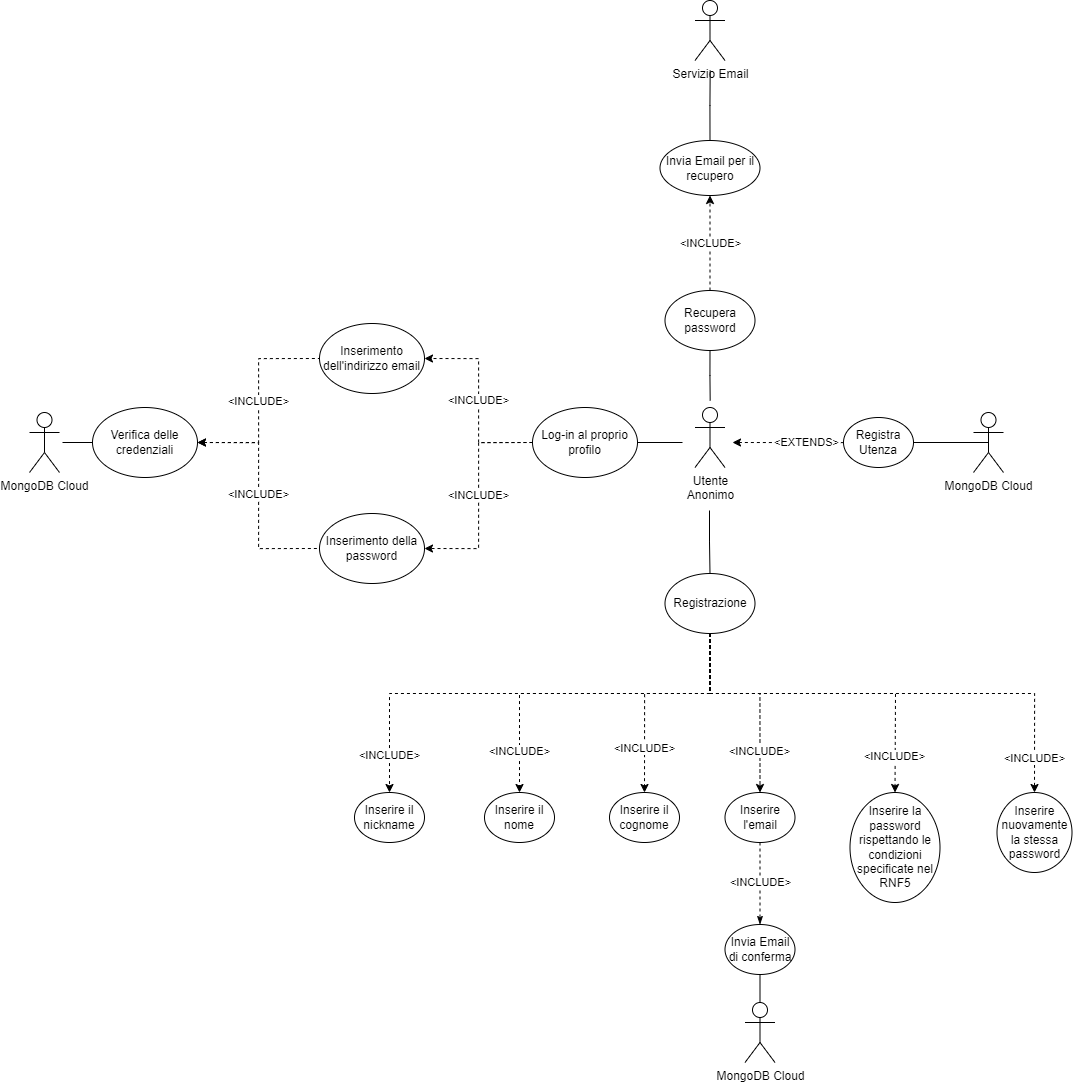
Before: Png Diagrammi RF/Requisiti-Utente anonimo (5,6,9,10).png, a diagram exported from draw.io (ski-online/Documents). Source tidied: cells renumbered, new cells last; positions are measured from the earlier drawing's top-left corner, leaving out a move shared by most shapes. Source of this version:
```xml
<mxGraphModel>
  <root>
    <mxCell id="0" />
    <mxCell id="1" parent="0" />
    <mxCell id="2" style="edgeStyle=orthogonalEdgeStyle;rounded=0;jettySize=auto;html=1;endArrow=none;endFill=0;entryX=0.5;entryY=0;entryDx=0;entryDy=0;" parent="1" edge="1" target="12">
      <mxGeometry relative="1" as="geometry">
        <mxPoint x="680" y="510" as="sourcePoint" />
      </mxGeometry>
    </mxCell>
    <mxCell id="3" value="Utente&lt;br&gt;Anonimo" style="shape=umlActor;verticalLabelPosition=bottom;verticalAlign=top;html=1;" parent="1" vertex="1">
      <mxGeometry x="665.5" y="407" width="30" height="60" as="geometry" />
    </mxCell>
    <mxCell id="4" style="edgeStyle=orthogonalEdgeStyle;rounded=0;jettySize=auto;html=1;entryX=0;entryY=0.5;entryDx=0;entryDy=0;dashed=1;endArrow=none;endFill=0;startArrow=classic;startFill=1;" parent="1" edge="1" target="20">
      <mxGeometry relative="1" as="geometry">
        <mxPoint x="703" y="442" as="sourcePoint" />
        <Array as="points">
          <mxPoint x="814" y="442" />
        </Array>
      </mxGeometry>
    </mxCell>
    <mxCell id="5" value="&amp;lt;EXTENDS&amp;gt;" style="edgeLabel;html=1;align=center;verticalAlign=middle;" parent="4" vertex="1">
      <mxGeometry x="0.33" y="1" relative="1" as="geometry" />
    </mxCell>
    <mxCell id="6" value="&amp;lt;INCLUDE&amp;gt;" style="edgeStyle=orthogonalEdgeStyle;rounded=0;jettySize=auto;html=1;exitX=0.5;exitY=1;exitDx=0;exitDy=0;entryX=0.5;entryY=0;entryDx=0;entryDy=0;dashed=1;" parent="1" edge="1" source="12" target="13">
      <mxGeometry x="0.85" relative="1" as="geometry">
        <Array as="points">
          <mxPoint x="681" y="693" />
          <mxPoint x="360" y="693" />
        </Array>
      </mxGeometry>
    </mxCell>
    <mxCell id="7" value="&amp;lt;INCLUDE&amp;gt;" style="edgeStyle=orthogonalEdgeStyle;rounded=0;jettySize=auto;html=1;exitX=0.5;exitY=1;exitDx=0;exitDy=0;dashed=1;" parent="1" edge="1" source="12" target="14">
      <mxGeometry x="0.77" relative="1" as="geometry">
        <Array as="points">
          <mxPoint x="681" y="693" />
          <mxPoint x="490" y="693" />
        </Array>
      </mxGeometry>
    </mxCell>
    <mxCell id="8" value="&amp;lt;INCLUDE&amp;gt;" style="edgeStyle=orthogonalEdgeStyle;rounded=0;jettySize=auto;html=1;exitX=0.5;exitY=1;exitDx=0;exitDy=0;dashed=1;" parent="1" edge="1" source="12" target="25">
      <mxGeometry x="0.61" relative="1" as="geometry">
        <Array as="points">
          <mxPoint x="681" y="693" />
          <mxPoint x="615" y="693" />
        </Array>
      </mxGeometry>
    </mxCell>
    <mxCell id="9" value="&amp;lt;INCLUDE&amp;gt;" style="edgeStyle=orthogonalEdgeStyle;rounded=0;jettySize=auto;html=1;exitX=0.5;exitY=1;exitDx=0;exitDy=0;entryX=0.5;entryY=0;entryDx=0;entryDy=0;dashed=1;" parent="1" edge="1" source="12" target="16">
      <mxGeometry x="0.63" relative="1" as="geometry">
        <Array as="points">
          <mxPoint x="681" y="693" />
          <mxPoint x="731" y="693" />
        </Array>
        <mxPoint y="-1" as="offset" />
      </mxGeometry>
    </mxCell>
    <mxCell id="10" value="&amp;lt;INCLUDE&amp;gt;" style="edgeStyle=orthogonalEdgeStyle;rounded=0;jettySize=auto;html=1;exitX=0.5;exitY=1;exitDx=0;exitDy=0;dashed=1;" parent="1" edge="1" source="12" target="17">
      <mxGeometry x="0.8" y="-1" relative="1" as="geometry">
        <Array as="points">
          <mxPoint x="681" y="693" />
          <mxPoint x="866" y="693" />
        </Array>
      </mxGeometry>
    </mxCell>
    <mxCell id="11" value="&amp;lt;INCLUDE&amp;gt;" style="edgeStyle=orthogonalEdgeStyle;rounded=0;jettySize=auto;html=1;exitX=0.5;exitY=1;exitDx=0;exitDy=0;entryX=0.5;entryY=0;entryDx=0;entryDy=0;dashed=1;" parent="1" edge="1" source="12" target="22">
      <mxGeometry x="0.86" relative="1" as="geometry">
        <Array as="points">
          <mxPoint x="681" y="693" />
          <mxPoint x="1005" y="693" />
        </Array>
        <mxPoint y="-1" as="offset" />
      </mxGeometry>
    </mxCell>
    <mxCell id="12" value="Registrazione" style="ellipse;whiteSpace=wrap;html=1;" parent="1" vertex="1">
      <mxGeometry x="635.5" y="573" width="90" height="60" as="geometry" />
    </mxCell>
    <mxCell id="13" value="Inserire il nickname" style="ellipse;whiteSpace=wrap;html=1;" parent="1" vertex="1">
      <mxGeometry x="325" y="792" width="70" height="50" as="geometry" />
    </mxCell>
    <mxCell id="14" value="Inserire il nome" style="ellipse;whiteSpace=wrap;html=1;" parent="1" vertex="1">
      <mxGeometry x="455" y="792" width="70" height="50" as="geometry" />
    </mxCell>
    <mxCell id="15" value="&amp;lt;INCLUDE&amp;gt;" style="edgeStyle=orthogonalEdgeStyle;rounded=0;jettySize=auto;html=1;exitX=0.5;exitY=1;exitDx=0;exitDy=0;dashed=1;startArrow=none;startFill=0;endArrow=classicThin;endFill=1;" parent="1" edge="1" source="16" target="21">
      <mxGeometry relative="1" as="geometry" />
    </mxCell>
    <mxCell id="16" value="Inserire l'email" style="ellipse;whiteSpace=wrap;html=1;" parent="1" vertex="1">
      <mxGeometry x="695.5" y="792" width="70" height="50" as="geometry" />
    </mxCell>
    <mxCell id="17" value="Inserire la password rispettando le condizioni specificate nel RNF5" style="ellipse;whiteSpace=wrap;html=1;" parent="1" vertex="1">
      <mxGeometry x="820.5" y="792" width="90" height="110" as="geometry" />
    </mxCell>
    <mxCell id="18" style="edgeStyle=orthogonalEdgeStyle;rounded=0;jettySize=auto;html=1;exitX=0.5;exitY=0.5;exitDx=0;exitDy=0;exitPerimeter=0;startArrow=none;startFill=0;endArrow=none;endFill=0;" parent="1" edge="1" source="19" target="20">
      <mxGeometry relative="1" as="geometry" />
    </mxCell>
    <mxCell id="19" value="MongoDB Cloud" style="shape=umlActor;verticalLabelPosition=bottom;verticalAlign=top;html=1;outlineConnect=0;" parent="1" vertex="1">
      <mxGeometry x="944" y="412" width="30" height="60" as="geometry" />
    </mxCell>
    <mxCell id="20" value="Registra Utenza" style="ellipse;whiteSpace=wrap;html=1;" parent="1" vertex="1">
      <mxGeometry x="814" y="417" width="70" height="50" as="geometry" />
    </mxCell>
    <mxCell id="21" value="Invia Email di conferma" style="ellipse;whiteSpace=wrap;html=1;" parent="1" vertex="1">
      <mxGeometry x="695.5" y="924" width="70" height="50" as="geometry" />
    </mxCell>
    <mxCell id="22" value="Inserire nuovamente la stessa password" style="ellipse;whiteSpace=wrap;html=1;" parent="1" vertex="1">
      <mxGeometry x="967.5" y="792" width="75" height="80" as="geometry" />
    </mxCell>
    <mxCell id="23" style="edgeStyle=orthogonalEdgeStyle;rounded=0;jettySize=auto;html=1;exitX=0.5;exitY=0;exitDx=0;exitDy=0;exitPerimeter=0;startArrow=none;startFill=0;endArrow=none;endFill=0;entryX=0.5;entryY=1;entryDx=0;entryDy=0;" parent="1" edge="1" source="24" target="21">
      <mxGeometry relative="1" as="geometry" />
    </mxCell>
    <mxCell id="24" value="MongoDB Cloud" style="shape=umlActor;verticalLabelPosition=bottom;verticalAlign=top;html=1;outlineConnect=0;" parent="1" vertex="1">
      <mxGeometry x="715.5" y="1002" width="30" height="60" as="geometry" />
    </mxCell>
    <mxCell id="25" value="Inserire il cognome" style="ellipse;whiteSpace=wrap;html=1;" parent="1" vertex="1">
      <mxGeometry x="580" y="792" width="70" height="50" as="geometry" />
    </mxCell>
    <mxCell id="26" style="edgeStyle=orthogonalEdgeStyle;rounded=0;jettySize=auto;html=1;entryX=0;entryY=0.5;entryDx=0;entryDy=0;endArrow=none;endFill=0;" parent="1" edge="1" target="30">
      <mxGeometry relative="1" as="geometry">
        <mxPoint x="33" y="442" as="sourcePoint" />
      </mxGeometry>
    </mxCell>
    <mxCell id="27" value="MongoDB Cloud" style="shape=umlActor;verticalLabelPosition=bottom;verticalAlign=top;html=1;" parent="1" vertex="1">
      <mxGeometry y="412" width="30" height="60" as="geometry" />
    </mxCell>
    <mxCell id="28" value="&amp;lt;INCLUDE&amp;gt;" style="edgeStyle=orthogonalEdgeStyle;rounded=0;jettySize=auto;html=1;exitX=1;exitY=0.5;exitDx=0;exitDy=0;entryX=0;entryY=0.5;entryDx=0;entryDy=0;dashed=1;startArrow=classic;startFill=1;endArrow=none;endFill=0;" parent="1" edge="1" source="30" target="31">
      <mxGeometry relative="1" as="geometry" />
    </mxCell>
    <mxCell id="29" value="&amp;lt;INCLUDE&amp;gt;" style="edgeStyle=orthogonalEdgeStyle;rounded=0;jettySize=auto;html=1;exitX=1;exitY=0.5;exitDx=0;exitDy=0;entryX=0;entryY=0.5;entryDx=0;entryDy=0;dashed=1;startArrow=classic;startFill=1;endArrow=none;endFill=0;" parent="1" edge="1" source="30" target="32">
      <mxGeometry relative="1" as="geometry" />
    </mxCell>
    <mxCell id="30" value="Verifica delle credenziali" style="ellipse;whiteSpace=wrap;html=1;" parent="1" vertex="1">
      <mxGeometry x="63" y="407" width="105" height="70" as="geometry" />
    </mxCell>
    <mxCell id="31" value="Inserimento dell'indirizzo email" style="ellipse;whiteSpace=wrap;html=1;" parent="1" vertex="1">
      <mxGeometry x="290" y="323" width="105" height="70" as="geometry" />
    </mxCell>
    <mxCell id="32" value="Inserimento della password" style="ellipse;whiteSpace=wrap;html=1;" parent="1" vertex="1">
      <mxGeometry x="290" y="513" width="105" height="70" as="geometry" />
    </mxCell>
    <mxCell id="33" style="edgeStyle=orthogonalEdgeStyle;rounded=0;jettySize=auto;html=1;exitX=1;exitY=0.5;exitDx=0;exitDy=0;endArrow=none;endFill=0;" parent="1" edge="1" source="36">
      <mxGeometry relative="1" as="geometry">
        <mxPoint x="653" y="442" as="targetPoint" />
      </mxGeometry>
    </mxCell>
    <mxCell id="34" value="&amp;lt;INCLUDE&amp;gt;" style="edgeStyle=orthogonalEdgeStyle;rounded=0;jettySize=auto;html=1;exitX=0;exitY=0.5;exitDx=0;exitDy=0;entryX=1;entryY=0.5;entryDx=0;entryDy=0;dashed=1;startArrow=none;startFill=0;endArrow=classic;endFill=1;" parent="1" edge="1" source="36" target="31">
      <mxGeometry relative="1" as="geometry" />
    </mxCell>
    <mxCell id="35" value="&amp;lt;INCLUDE&amp;gt;" style="edgeStyle=orthogonalEdgeStyle;rounded=0;jettySize=auto;html=1;exitX=0;exitY=0.5;exitDx=0;exitDy=0;entryX=1;entryY=0.5;entryDx=0;entryDy=0;dashed=1;startArrow=none;startFill=0;endArrow=classic;endFill=1;" parent="1" edge="1" source="36" target="32">
      <mxGeometry relative="1" as="geometry" />
    </mxCell>
    <mxCell id="36" value="Log-in al proprio profilo" style="ellipse;whiteSpace=wrap;html=1;" parent="1" vertex="1">
      <mxGeometry x="503" y="407" width="105" height="70" as="geometry" />
    </mxCell>
    <mxCell id="37" value="Servizio Email" style="shape=umlActor;verticalLabelPosition=bottom;verticalAlign=top;html=1;" parent="1" vertex="1">
      <mxGeometry x="665.5" width="30" height="60" as="geometry" />
    </mxCell>
    <mxCell id="38" style="edgeStyle=orthogonalEdgeStyle;rounded=0;jettySize=auto;html=1;exitX=0.5;exitY=1;exitDx=0;exitDy=0;startArrow=none;startFill=0;endArrow=none;endFill=0;" parent="1" edge="1" source="40">
      <mxGeometry relative="1" as="geometry">
        <mxPoint x="680.7" y="400" as="targetPoint" />
      </mxGeometry>
    </mxCell>
    <mxCell id="39" value="&amp;lt;INCLUDE&amp;gt;" style="edgeStyle=orthogonalEdgeStyle;rounded=0;jettySize=auto;html=1;exitX=0.5;exitY=0;exitDx=0;exitDy=0;entryX=0.5;entryY=1;entryDx=0;entryDy=0;startArrow=none;startFill=0;endArrow=classic;endFill=1;dashed=1;" parent="1" edge="1" source="40" target="42">
      <mxGeometry relative="1" as="geometry" />
    </mxCell>
    <mxCell id="40" value="Recupera password" style="ellipse;whiteSpace=wrap;html=1;" parent="1" vertex="1">
      <mxGeometry x="635.5" y="290" width="90" height="60" as="geometry" />
    </mxCell>
    <mxCell id="41" style="edgeStyle=orthogonalEdgeStyle;rounded=0;jettySize=auto;html=1;exitX=0.5;exitY=0;exitDx=0;exitDy=0;startArrow=none;startFill=0;endArrow=none;endFill=0;" parent="1" edge="1" source="42">
      <mxGeometry relative="1" as="geometry">
        <mxPoint x="680.7" y="70" as="targetPoint" />
      </mxGeometry>
    </mxCell>
    <mxCell id="42" value="Invia Email per il recupero" style="ellipse;whiteSpace=wrap;html=1;" parent="1" vertex="1">
      <mxGeometry x="630.5" y="140" width="100" height="55" as="geometry" />
    </mxCell>
  </root>
</mxGraphModel>
```
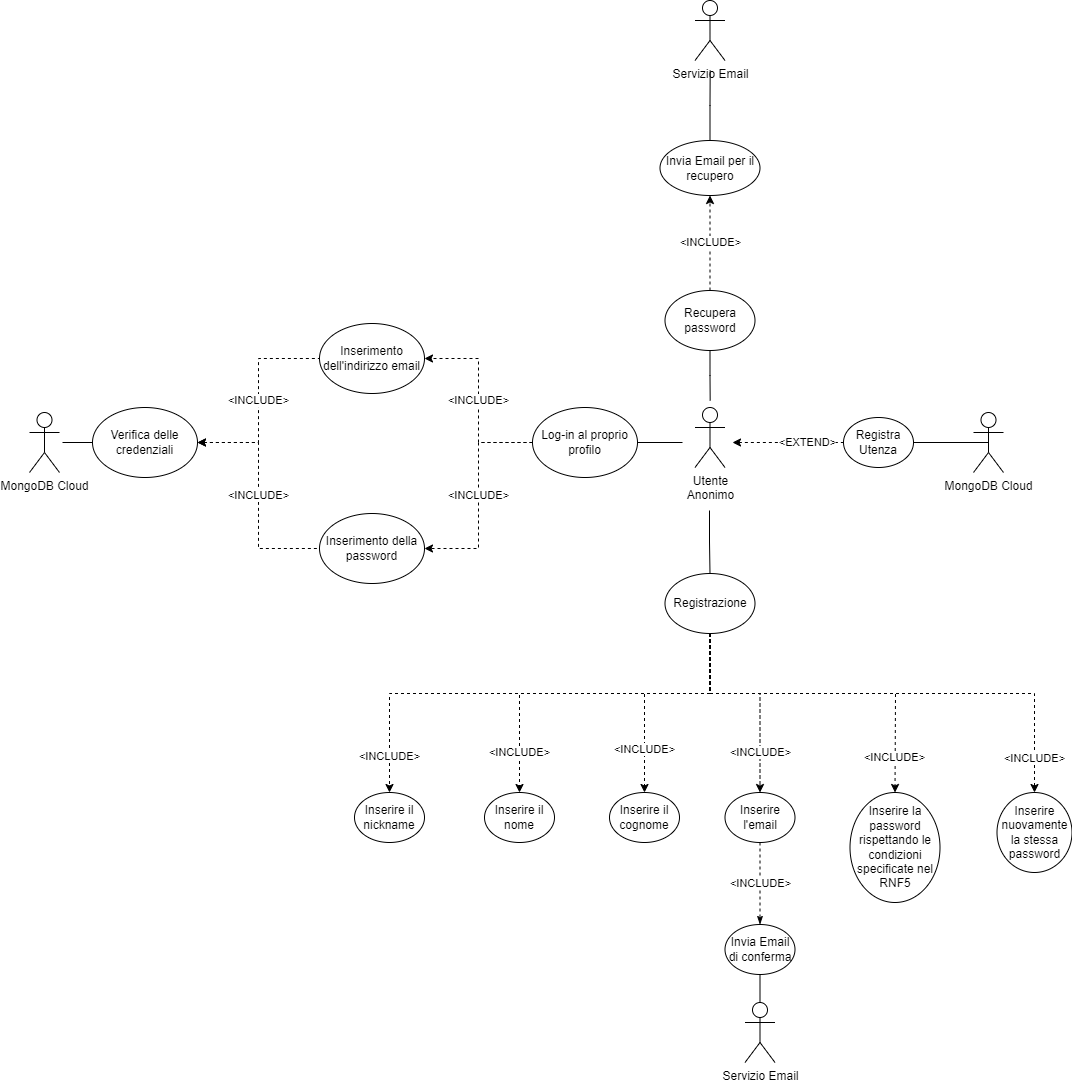
Above is the later version.

Commit message:
D2 ulteriore modifica

Diff of the diagram source:
```diff
@@ -10,7 +10,7 @@
     <mxCell id="3" value="Utente&lt;br&gt;Anonimo" style="shape=umlActor;verticalLabelPosition=bottom;verticalAlign=top;html=1;" parent="1" vertex="1">
       <mxGeometry x="665.5" y="407" width="30" height="60" as="geometry" />
     </mxCell>
-    <mxCell id="4" style="edgeStyle=orthogonalEdgeStyle;rounded=0;jettySize=auto;html=1;entryX=0;entryY=0.5;entryDx=0;entryDy=0;dashed=1;endArrow=none;endFill=0;startArrow=classic;startFill=1;" parent="1" edge="1" target="20">
+    <mxCell id="4" value="&amp;lt;" style="edgeStyle=orthogonalEdgeStyle;rounded=0;jettySize=auto;html=1;entryX=0;entryY=0.5;entryDx=0;entryDy=0;dashed=1;endArrow=none;endFill=0;startArrow=classic;startFill=1;" parent="1" edge="1" target="20">
       <mxGeometry relative="1" as="geometry">
         <mxPoint x="703" y="442" as="sourcePoint" />
         <Array as="points">
@@ -18,7 +18,7 @@
         </Array>
       </mxGeometry>
     </mxCell>
-    <mxCell id="5" value="&amp;lt;EXTENDS&amp;gt;" style="edgeLabel;html=1;align=center;verticalAlign=middle;" parent="4" vertex="1">
+    <mxCell id="5" value="&amp;lt;EXTEND&amp;gt;" style="edgeLabel;html=1;align=center;verticalAlign=middle;" parent="4" vertex="1">
       <mxGeometry x="0.33" y="1" relative="1" as="geometry" />
     </mxCell>
     <mxCell id="6" value="&amp;lt;INCLUDE&amp;gt;" style="edgeStyle=orthogonalEdgeStyle;rounded=0;jettySize=auto;html=1;exitX=0.5;exitY=1;exitDx=0;exitDy=0;entryX=0.5;entryY=0;entryDx=0;entryDy=0;dashed=1;" parent="1" edge="1" source="12" target="13">
@@ -107,7 +107,7 @@
     <mxCell id="23" style="edgeStyle=orthogonalEdgeStyle;rounded=0;jettySize=auto;html=1;exitX=0.5;exitY=0;exitDx=0;exitDy=0;exitPerimeter=0;startArrow=none;startFill=0;endArrow=none;endFill=0;entryX=0.5;entryY=1;entryDx=0;entryDy=0;" parent="1" edge="1" source="24" target="21">
       <mxGeometry relative="1" as="geometry" />
     </mxCell>
-    <mxCell id="24" value="MongoDB Cloud" style="shape=umlActor;verticalLabelPosition=bottom;verticalAlign=top;html=1;outlineConnect=0;" parent="1" vertex="1">
+    <mxCell id="24" value="Servizio Email" style="shape=umlActor;verticalLabelPosition=bottom;verticalAlign=top;html=1;outlineConnect=0;" parent="1" vertex="1">
       <mxGeometry x="715.5" y="1002" width="30" height="60" as="geometry" />
     </mxCell>
     <mxCell id="25" value="Inserire il cognome" style="ellipse;whiteSpace=wrap;html=1;" parent="1" vertex="1">
```
